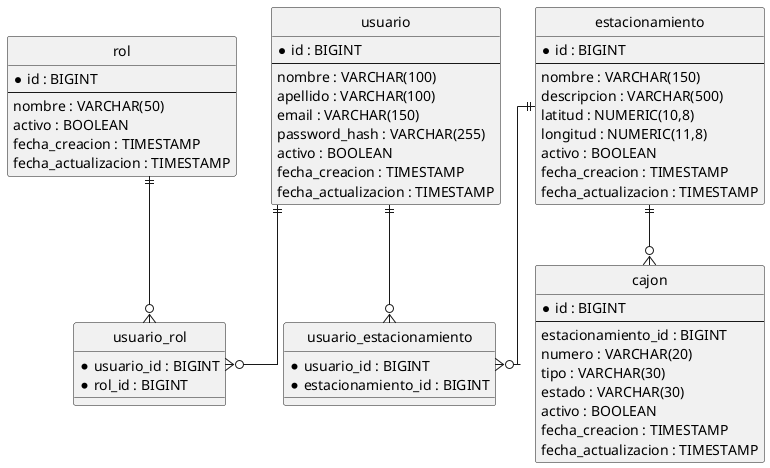
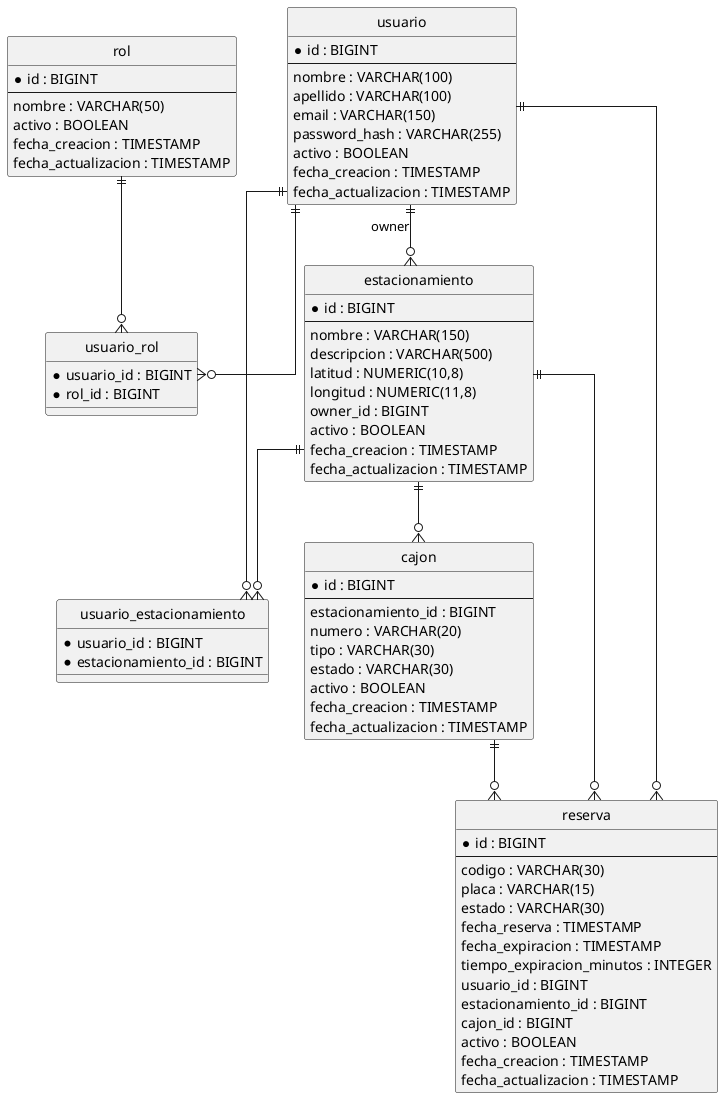
@startuml
hide circle
skinparam linetype ortho

entity usuario {
    * id : BIGINT
    --
    nombre : VARCHAR(100)
    apellido : VARCHAR(100)
    email : VARCHAR(150)
    password_hash : VARCHAR(255)
    activo : BOOLEAN
    fecha_creacion : TIMESTAMP
    fecha_actualizacion : TIMESTAMP
}

entity rol {
    * id : BIGINT
    --
    nombre : VARCHAR(50)
    activo : BOOLEAN
    fecha_creacion : TIMESTAMP
    fecha_actualizacion : TIMESTAMP
}

entity usuario_rol {
    * usuario_id : BIGINT
    * rol_id : BIGINT
}

entity estacionamiento {
    * id : BIGINT
    --
    nombre : VARCHAR(150)
    descripcion : VARCHAR(500)
    latitud : NUMERIC(10,8)
    longitud : NUMERIC(11,8)
+     owner_id : BIGINT
    activo : BOOLEAN
    fecha_creacion : TIMESTAMP
    fecha_actualizacion : TIMESTAMP
}

entity usuario_estacionamiento {
    * usuario_id : BIGINT
    * estacionamiento_id : BIGINT
}

entity cajon {
    * id : BIGINT
    --
    estacionamiento_id : BIGINT
    numero : VARCHAR(20)
    tipo : VARCHAR(30)
    estado : VARCHAR(30)
    activo : BOOLEAN
    fecha_creacion : TIMESTAMP
    fecha_actualizacion : TIMESTAMP
}

+ entity reserva {
+     * id : BIGINT
+     --
+     codigo : VARCHAR(30)
+     placa : VARCHAR(15)
+     estado : VARCHAR(30)
+     fecha_reserva : TIMESTAMP
+     fecha_expiracion : TIMESTAMP
+     tiempo_expiracion_minutos : INTEGER
+     usuario_id : BIGINT
+     estacionamiento_id : BIGINT
+     cajon_id : BIGINT
+     activo : BOOLEAN
+     fecha_creacion : TIMESTAMP
+     fecha_actualizacion : TIMESTAMP
+ }
+ 
usuario ||--o{ usuario_rol
rol ||--o{ usuario_rol

usuario ||--o{ usuario_estacionamiento
estacionamiento ||--o{ usuario_estacionamiento

+ usuario ||--o{ estacionamiento : owner
estacionamiento ||--o{ cajon
+ usuario ||--o{ reserva
+ estacionamiento ||--o{ reserva
+ cajon ||--o{ reserva

- @enduml+ @enduml
